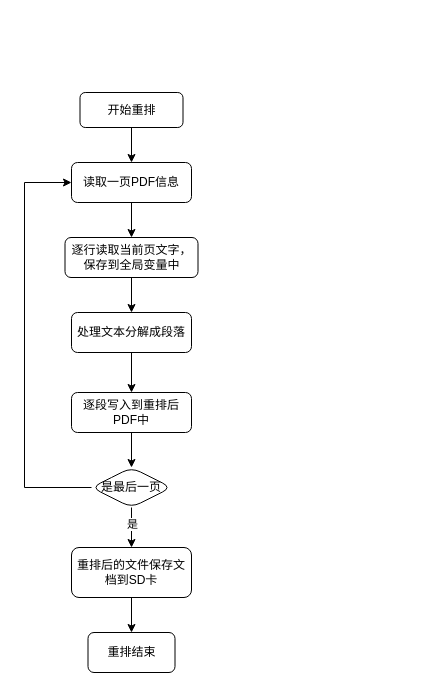
This is 两栖手写.drawio from xubinlu/android-journey, a draw.io file, before an edit. Source tidied: cells renumbered, new cells numbered last; positions are measured from the earlier drawing's top-left corner, leaving out a move shared by most shapes. Both pictures are drawn from the tidied source at 100%, with x=0, y=0 at pixel (24, 92).
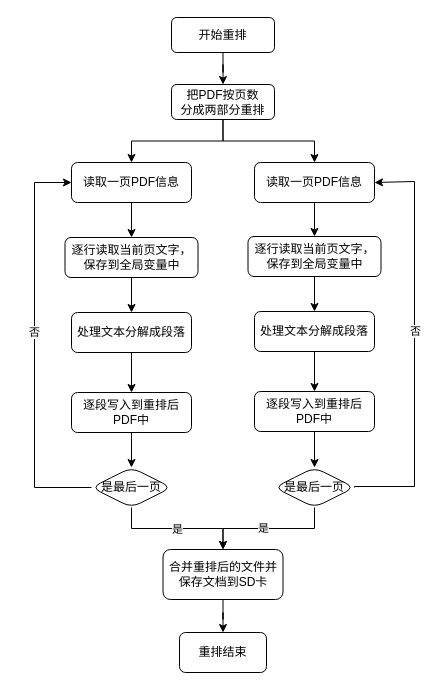
Above is the later version.

Commit message:
更新两栖手写.drawio

Unchanged cells that the change refers to:
```xml
<mxCell id="12" style="edgeStyle=orthogonalEdgeStyle;rounded=0;jettySize=auto;html=1;exitX=0.5;exitY=1;exitDx=0;exitDy=0;entryX=0.5;entryY=0;entryDx=0;entryDy=0;" parent="1" edge="1" source="15" target="11">
  <mxGeometry relative="1" as="geometry" />
</mxCell>
<mxCell id="15" value="是最后一页" style="rhombus;whiteSpace=wrap;html=1;rounded=1;glass=0;strokeWidth=1;shadow=0;" parent="1" vertex="1">
  <mxGeometry x="67" y="375" width="80" height="40" as="geometry" />
</mxCell>
<mxCell id="18" value="读取一页PDF信息" style="rounded=1;whiteSpace=wrap;html=1;fontSize=12;glass=0;strokeWidth=1;shadow=0;" parent="1" vertex="1">
  <mxGeometry x="47" y="70" width="120" height="40" as="geometry" />
</mxCell>
```

Change to the diagram source:
```diff
@@
-    <mxCell id="2" style="edgeStyle=orthogonalEdgeStyle;rounded=0;jettySize=auto;html=1;exitX=0.5;exitY=1;exitDx=0;exitDy=0;entryX=0.5;entryY=0;entryDx=0;entryDy=0;" parent="1" edge="1" source="3" target="18">
-      <mxGeometry relative="1" as="geometry" />
-    </mxCell>
+    <mxCell id="19" style="edgeStyle=orthogonalEdgeStyle;rounded=0;jettySize=auto;html=1;" parent="1" edge="1" source="3" target="24">
+      <mxGeometry relative="1" as="geometry" />
+    </mxCell>
     <mxCell id="3" value="开始重排" style="rounded=1;whiteSpace=wrap;html=1;fontSize=12;glass=0;strokeWidth=1;shadow=0;" parent="1" vertex="1">
-      <mxGeometry x="55.5" width="103" height="35" as="geometry" />
+      <mxGeometry x="147" y="-75" width="103" height="35" as="geometry" />
     </mxCell>
@@
-    <mxCell id="11" value="重排后的文件保存文档到SD卡" style="rounded=1;whiteSpace=wrap;html=1;fontSize=12;glass=0;strokeWidth=1;shadow=0;" parent="1" vertex="1">
-      <mxGeometry x="47" y="455" width="120" height="50" as="geometry" />
+    <mxCell id="11" value="合并重排后的文件并保存文档到SD卡" style="rounded=1;whiteSpace=wrap;html=1;fontSize=12;glass=0;strokeWidth=1;shadow=0;" parent="1" vertex="1">
+      <mxGeometry x="138.5" y="457" width="120" height="50" as="geometry" />
     </mxCell>
+    <mxCell id="14" style="edgeStyle=orthogonalEdgeStyle;rounded=0;jettySize=auto;html=1;exitX=0;exitY=0.5;exitDx=0;exitDy=0;entryX=0;entryY=0.5;entryDx=0;entryDy=0;" parent="1" edge="1" source="15" target="18">
+      <mxGeometry relative="1" as="geometry">
+        <Array as="points">
+          <mxPoint x="10" y="395" />
+          <mxPoint x="10" y="90" />
+        </Array>
+      </mxGeometry>
+    </mxCell>
+    <mxCell id="20" value="否" style="edgeLabel;html=1;align=center;verticalAlign=middle;" parent="14" vertex="1">
+      <mxGeometry x="0.07" y="1" relative="1" as="geometry" />
+    </mxCell>
@@
-    <mxCell id="13" value="是" style="edgeLabel;html=1;align=center;verticalAlign=middle;" parent="12" vertex="1">
-      <mxGeometry x="-0.2" relative="1" as="geometry" />
-    </mxCell>
-    <mxCell id="14" style="edgeStyle=orthogonalEdgeStyle;rounded=0;jettySize=auto;html=1;exitX=0;exitY=0.5;exitDx=0;exitDy=0;entryX=0;entryY=0.5;entryDx=0;entryDy=0;" parent="1" edge="1" source="15" target="18">
-      <mxGeometry relative="1" as="geometry">
-        <Array as="points">
-          <mxPoint y="395" />
-          <mxPoint y="90" />
-        </Array>
-      </mxGeometry>
-    </mxCell>
+    <mxCell id="21" value="是" style="edgeLabel;html=1;align=center;verticalAlign=middle;" parent="12" vertex="1">
+      <mxGeometry x="-0.01" relative="1" as="geometry" />
+    </mxCell>
@@
     <mxCell id="16" value="重排结束" style="rounded=1;whiteSpace=wrap;html=1;fontSize=12;glass=0;strokeWidth=1;shadow=0;" parent="1" vertex="1">
-      <mxGeometry x="63.5" y="540" width="87" height="40" as="geometry" />
+      <mxGeometry x="155" y="540" width="87" height="40" as="geometry" />
     </mxCell>
@@
+    <mxCell id="22" style="edgeStyle=orthogonalEdgeStyle;rounded=0;jettySize=auto;html=1;exitX=0.5;exitY=1;exitDx=0;exitDy=0;entryX=0.5;entryY=0;entryDx=0;entryDy=0;" parent="1" edge="1" source="24" target="18">
+      <mxGeometry relative="1" as="geometry" />
+    </mxCell>
+    <mxCell id="23" style="edgeStyle=orthogonalEdgeStyle;rounded=0;jettySize=auto;html=1;exitX=0.5;exitY=1;exitDx=0;exitDy=0;entryX=0.5;entryY=0;entryDx=0;entryDy=0;" parent="1" edge="1" source="24" target="37">
+      <mxGeometry relative="1" as="geometry" />
+    </mxCell>
+    <mxCell id="24" value="把PDF按页数&lt;br&gt;分成两部分重排" style="rounded=1;whiteSpace=wrap;html=1;fontSize=12;glass=0;strokeWidth=1;shadow=0;" parent="1" vertex="1">
+      <mxGeometry x="147" y="-8" width="103" height="35" as="geometry" />
+    </mxCell>
+    <mxCell id="25" style="edgeStyle=orthogonalEdgeStyle;rounded=0;jettySize=auto;html=1;exitX=0.5;exitY=1;exitDx=0;exitDy=0;entryX=0.5;entryY=0;entryDx=0;entryDy=0;" parent="1" edge="1" source="26" target="28">
+      <mxGeometry relative="1" as="geometry" />
+    </mxCell>
+    <mxCell id="26" value="逐行读取当前页文字，保存到全局变量中" style="rounded=1;whiteSpace=wrap;html=1;fontSize=12;glass=0;strokeWidth=1;shadow=0;" parent="1" vertex="1">
+      <mxGeometry x="223.5" y="144" width="133" height="40" as="geometry" />
+    </mxCell>
+    <mxCell id="27" style="edgeStyle=orthogonalEdgeStyle;rounded=0;jettySize=auto;html=1;exitX=0.5;exitY=1;exitDx=0;exitDy=0;entryX=0.5;entryY=0;entryDx=0;entryDy=0;" parent="1" edge="1" source="28" target="30">
+      <mxGeometry relative="1" as="geometry" />
+    </mxCell>
+    <mxCell id="28" value="处理文本分解成段落" style="rounded=1;whiteSpace=wrap;html=1;fontSize=12;glass=0;strokeWidth=1;shadow=0;" parent="1" vertex="1">
+      <mxGeometry x="230" y="219" width="120" height="40" as="geometry" />
+    </mxCell>
+    <mxCell id="29" style="edgeStyle=orthogonalEdgeStyle;rounded=0;jettySize=auto;html=1;" parent="1" edge="1" source="30" target="35">
+      <mxGeometry relative="1" as="geometry" />
+    </mxCell>
+    <mxCell id="30" value="逐段写入到重排后PDF中" style="rounded=1;whiteSpace=wrap;html=1;fontSize=12;glass=0;strokeWidth=1;shadow=0;" parent="1" vertex="1">
+      <mxGeometry x="230" y="299" width="120" height="40" as="geometry" />
+    </mxCell>
+    <mxCell id="31" style="edgeStyle=orthogonalEdgeStyle;rounded=0;jettySize=auto;html=1;exitX=1;exitY=0.5;exitDx=0;exitDy=0;entryX=1;entryY=0.5;entryDx=0;entryDy=0;" parent="1" edge="1" source="35" target="37">
+      <mxGeometry relative="1" as="geometry">
+        <Array as="points">
+          <mxPoint x="390" y="394" />
+          <mxPoint x="390" y="89" />
+        </Array>
+      </mxGeometry>
+    </mxCell>
+    <mxCell id="32" value="否" style="edgeLabel;html=1;align=center;verticalAlign=middle;" parent="31" vertex="1">
+      <mxGeometry x="0.07" relative="1" as="geometry" />
+    </mxCell>
+    <mxCell id="33" style="edgeStyle=orthogonalEdgeStyle;rounded=0;jettySize=auto;html=1;exitX=0.5;exitY=1;exitDx=0;exitDy=0;entryX=0.5;entryY=0;entryDx=0;entryDy=0;" parent="1" edge="1" source="35" target="11">
+      <mxGeometry relative="1" as="geometry" />
+    </mxCell>
+    <mxCell id="34" value="是" style="edgeLabel;html=1;align=center;verticalAlign=middle;" parent="33" vertex="1">
+      <mxGeometry x="0.09" y="-1" relative="1" as="geometry" />
+    </mxCell>
+    <mxCell id="35" value="是最后一页" style="rhombus;whiteSpace=wrap;html=1;rounded=1;glass=0;strokeWidth=1;shadow=0;" parent="1" vertex="1">
+      <mxGeometry x="250" y="375" width="80" height="40" as="geometry" />
+    </mxCell>
+    <mxCell id="36" style="edgeStyle=orthogonalEdgeStyle;rounded=0;jettySize=auto;html=1;exitX=0.5;exitY=1;exitDx=0;exitDy=0;entryX=0.5;entryY=0;entryDx=0;entryDy=0;" parent="1" edge="1" source="37" target="26">
+      <mxGeometry relative="1" as="geometry" />
+    </mxCell>
+    <mxCell id="37" value="读取一页PDF信息" style="rounded=1;whiteSpace=wrap;html=1;fontSize=12;glass=0;strokeWidth=1;shadow=0;" parent="1" vertex="1">
+      <mxGeometry x="230" y="70" width="120" height="40" as="geometry" />
+    </mxCell>
```
